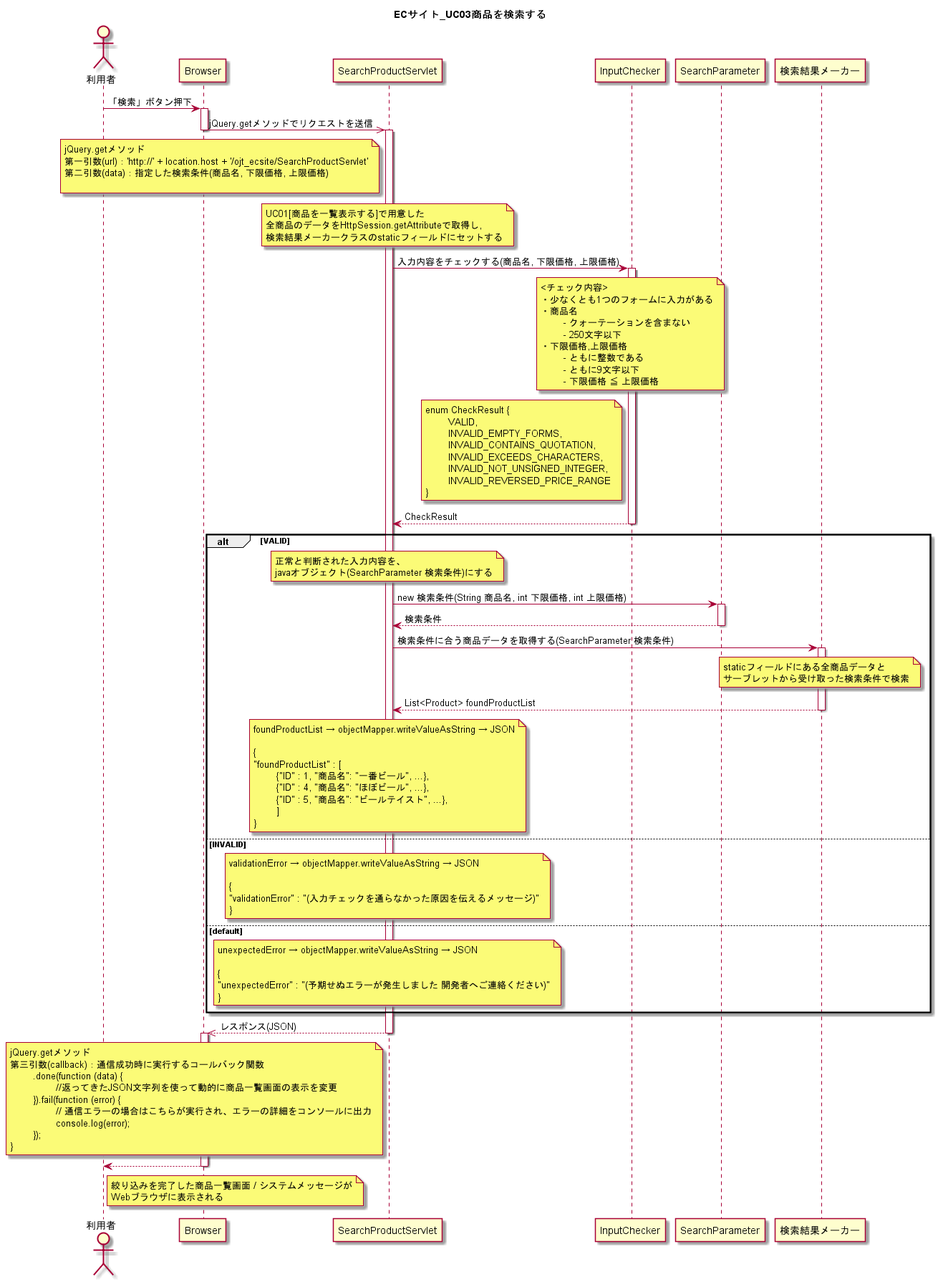
wnakayama/ojt_ecsite keeps this PlantUML diagram as UML/ECサイト_UC03商品を検索する.png. Above is the earlier version. Source of this version:
```plantuml
@startuml
title ECサイト_UC03商品を検索する

actor 利用者

利用者 -> Browser : 「検索」ボタン押下
activate Browser

Browser ->> SearchProductServlet : jQuery.getメソッドでリクエストを送信
deactivate Browser
activate SearchProductServlet

	note left of SearchProductServlet
	jQuery.getメソッド
	第一引数(url)：'http://' + location.host + '/ojt_ecsite/SearchProductServlet'
	第二引数(data)：指定した検索条件(商品名, 下限価格, 上限価格)

	end note

	note over SearchProductServlet
	UC01[商品を一覧表示する]で用意した
	全商品のデータをHttpSession.getAttributeで取得し,
	検索結果メーカークラスのstaticフィールドにセットする
	end note

SearchProductServlet -> InputChecker : 入力内容をチェックする(商品名, 下限価格, 上限価格)
activate InputChecker

	note over InputChecker
	<チェック内容>
	・少なくとも1つのフォームに入力がある
	・商品名
		- クォーテーションを含まない
		- 250文字以下
	・下限価格,上限価格
		- ともに整数である
		- ともに9文字以下
		- 下限価格 ≦ 上限価格
	end note

	note left of InputChecker
	enum CheckResult {
		VALID,
		INVALID_EMPTY_FORMS,
		INVALID_CONTAINS_QUOTATION,
		INVALID_EXCEEDS_CHARACTERS,
		INVALID_NOT_UNSIGNED_INTEGER,
		INVALID_REVERSED_PRICE_RANGE
	}
	end note

SearchProductServlet <-- InputChecker : CheckResult
deactivate InputChecker


alt VALID

	note over SearchProductServlet
	正常と判断された入力内容を、
	javaオブジェクト(SearchParameter 検索条件)にする
	end note

SearchProductServlet -> SearchParameter : new 検索条件(String 商品名, int 下限価格, int 上限価格)
activate SearchParameter
SearchProductServlet <-- SearchParameter : 検索条件
deactivate SearchParameter

SearchProductServlet -> 検索結果メーカー : 検索条件に合う商品データを取得する(SearchParameter 検索条件)
activate 検索結果メーカー

	note over 検索結果メーカー
	staticフィールドにある全商品データと
	サーブレットから受け取った検索条件で検索
	end note

SearchProductServlet <-- 検索結果メーカー : List<Product> foundProductList
deactivate 検索結果メーカー

	note over SearchProductServlet
	foundProductList → objectMapper.writeValueAsString → JSON

	{
	"foundProductList" : [
		{"ID" : 1, "商品名": "一番ビール", ...},
		{"ID" : 4, "商品名": "ほぼビール", ...},
		{"ID" : 5, "商品名": "ビールテイスト", ...},
		]
	}
	end note

else INVALID

	note over SearchProductServlet
	validationError → objectMapper.writeValueAsString → JSON

	{
	"validationError" : "(入力チェックを通らなかった原因を伝えるメッセージ)"
	}
	end note

else default

	note over SearchProductServlet
	unexpectedError → objectMapper.writeValueAsString → JSON

	{
	"unexpectedError" : "(予期せぬエラーが発生しました 開発者へご連絡ください)"
	}
	end note

end

Browser <<-- SearchProductServlet : レスポンス(JSON)
deactivate SearchProductServlet
activate Browser

	note left of SearchProductServlet
	jQuery.getメソッド
	第三引数(callback)：通信成功時に実行するコールバック関数
		.done(function (data) {
			//返ってきたJSON文字列を使って動的に商品一覧画面の表示を変更
		}).fail(function (error) {
			// 通信エラーの場合はこちらが実行され、エラーの詳細をコンソールに出力
			console.log(error);
		});
	}
	end note


利用者 <-- Browser
	note right of 利用者
	絞り込みを完了した商品一覧画面 / システムメッセージが
	Webブラウザに表示される
	end note

deactivate Browser

@enduml
```
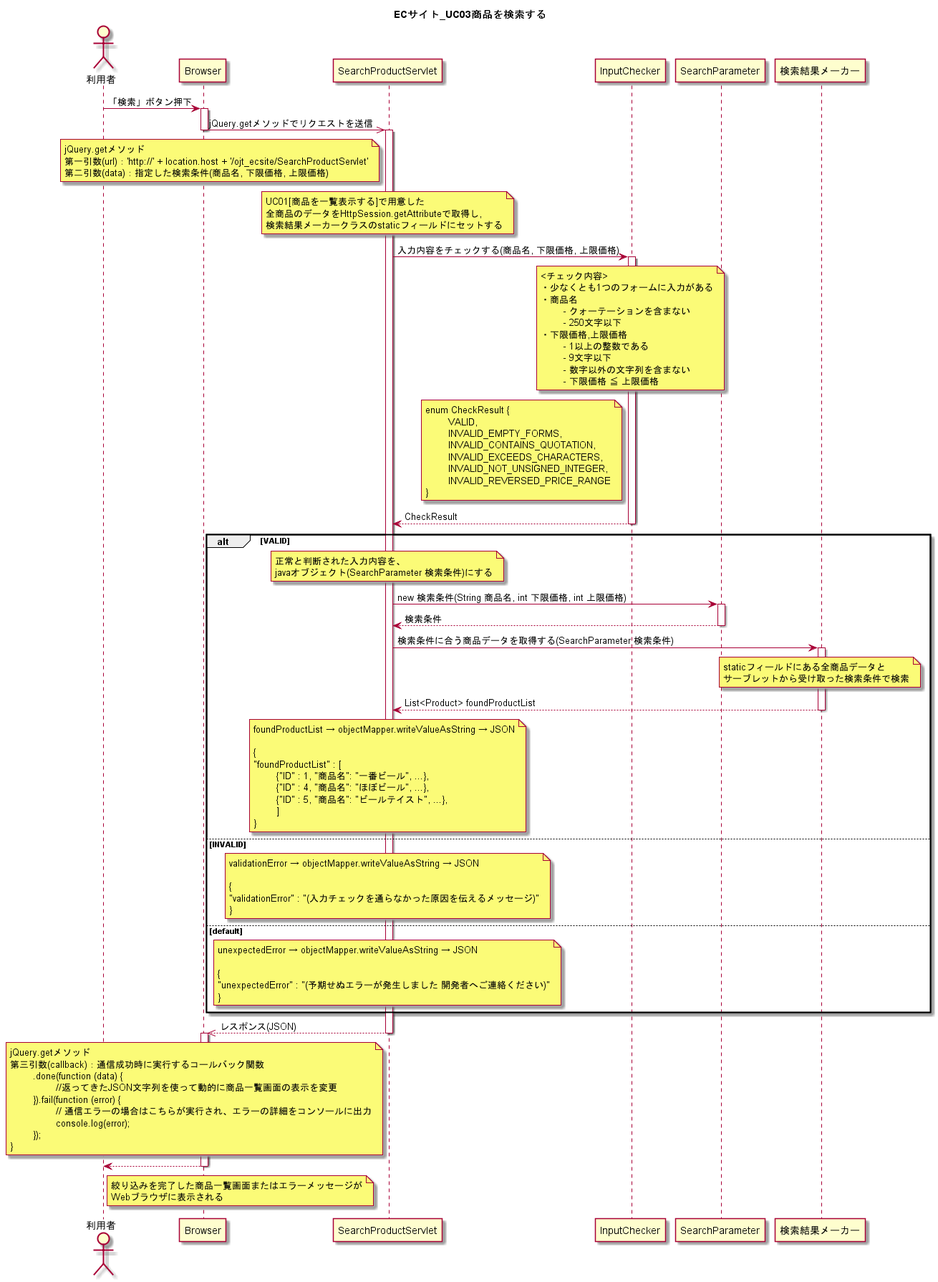
After the change.

Change to the diagram source:
```diff
@@ -14,7 +14,6 @@
 	jQuery.getメソッド
 	第一引数(url)：'http://' + location.host + '/ojt_ecsite/SearchProductServlet'
 	第二引数(data)：指定した検索条件(商品名, 下限価格, 上限価格)
-
 	end note
 
 	note over SearchProductServlet
@@ -33,8 +32,9 @@
 		- クォーテーションを含まない
 		- 250文字以下
 	・下限価格,上限価格
-		- ともに整数である
-		- ともに9文字以下
+		- 1以上の整数である
+		- 9文字以下
+		- 数字以外の文字列を含まない
 		- 下限価格 ≦ 上限価格
 	end note
 
@@ -129,7 +129,7 @@
 
 利用者 <-- Browser
 	note right of 利用者
-	絞り込みを完了した商品一覧画面 / システムメッセージが
+	絞り込みを完了した商品一覧画面またはエラーメッセージが
 	Webブラウザに表示される
 	end note
 
```
